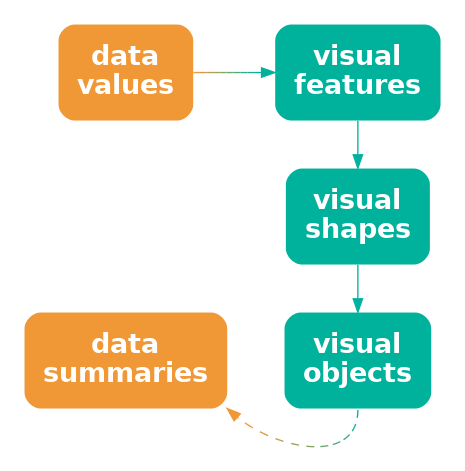
The Graphviz diagram Diagrams/data-vis-shape-obj.png in pmur002/hdvw, before a commit. Its source is kept beside it as Diagrams/data-vis-shape-obj.dot.
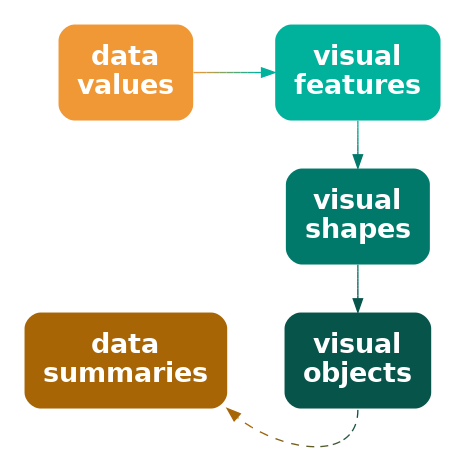
The same diagram one commit later.

Change to the diagram source:
```diff
@@ -2,17 +2,17 @@
   graph [ rankdir=LR; margin=.2; nodesep=.5 ];
   node [ fontsize=20; fontname="sans bold"; margin=.2 ];
   data [ label="data\nvalues"; shape=box; style="filled, rounded"; penwidth=0; fontcolor=white; fillcolor="#F09736" ]
-  stat [ label="data\nsummaries"; shape=box; style="filled, rounded"; penwidth=0; fontcolor=white; fillcolor="#F09736" ]
+  stat [ label="data\nsummaries"; shape=box; style="filled, rounded"; penwidth=0; fontcolor=white; fillcolor="#A86505" ]
   vis [ label="visual\nfeatures"; shape=box;
      style="filled, rounded"; penwidth=0; fontcolor=white; fillcolor="#00B19B" ]
   shape [ label="visual\nshapes"; shape=box;
-       style="filled, rounded"; penwidth=0; fontcolor=white; fillcolor="#00B19B" ]
+       style="filled, rounded"; penwidth=0; fontcolor=white; fillcolor="#00796A" ]
   obj [ label="visual\nobjects"; shape=box;
-     style="filled, rounded"; penwidth=0; fontcolor=white; fillcolor="#00B19B" ]
+     style="filled, rounded"; penwidth=0; fontcolor=white; fillcolor="#07544A" ]
   data -> vis [ color="#F09736;0.1:#D59A41;0.1:#BB9D4C;0.1:#A0A058;0.1:#85A363;0.1:#6BA56E;0.1:#50A879;0.1:#35AB85;0.1:#1BAE90;0.1:#00B19B;0.1" ]
-  vis -> shape [ color="#00B19B" ]
-  shape -> obj [ color="#00B19B" ]
-  obj:s -> stat:se [ style="dashed", color="#00B19B;0.1:#1BAE90;0.1:#35AB85;0.1:#50A879;0.1:#6BA56E;0.1:#85A363;0.1:#A0A058;0.1:#BB9D4C;0.1:#D59A41;0.1:#F09736;0.1" ]
+  vis -> shape [ color="#00B19B;0.1:#00AB96;0.1:#00A590;0.1:#009E8B;0.1:#009885;0.1:#009280;0.1:#008C7A;0.1:#008575;0.1:#007F6F;0.1:#00796A;0.1" ]
+  shape -> obj [ color="#00796A;0.1:#017566;0.1:#027163;0.1:#026D5F;0.1:#03695C;0.1:#046458;0.1:#056055;0.1:#055C51;0.1:#06584E;0.1:#07544A;0.1" ]
+  obj:s -> stat:se [ style="dashed", color="#07544A;0.1:#195642;0.1:#2B583B;0.1:#3D5A33;0.1:#4F5C2B;0.1:#605D24;0.1:#725F1C;0.1:#846114;0.1:#96630D;0.1:#A86505;0.1" ]
 { rank=same; data, stat }
 { rank=same; vis, shape, obj }
 }
```
